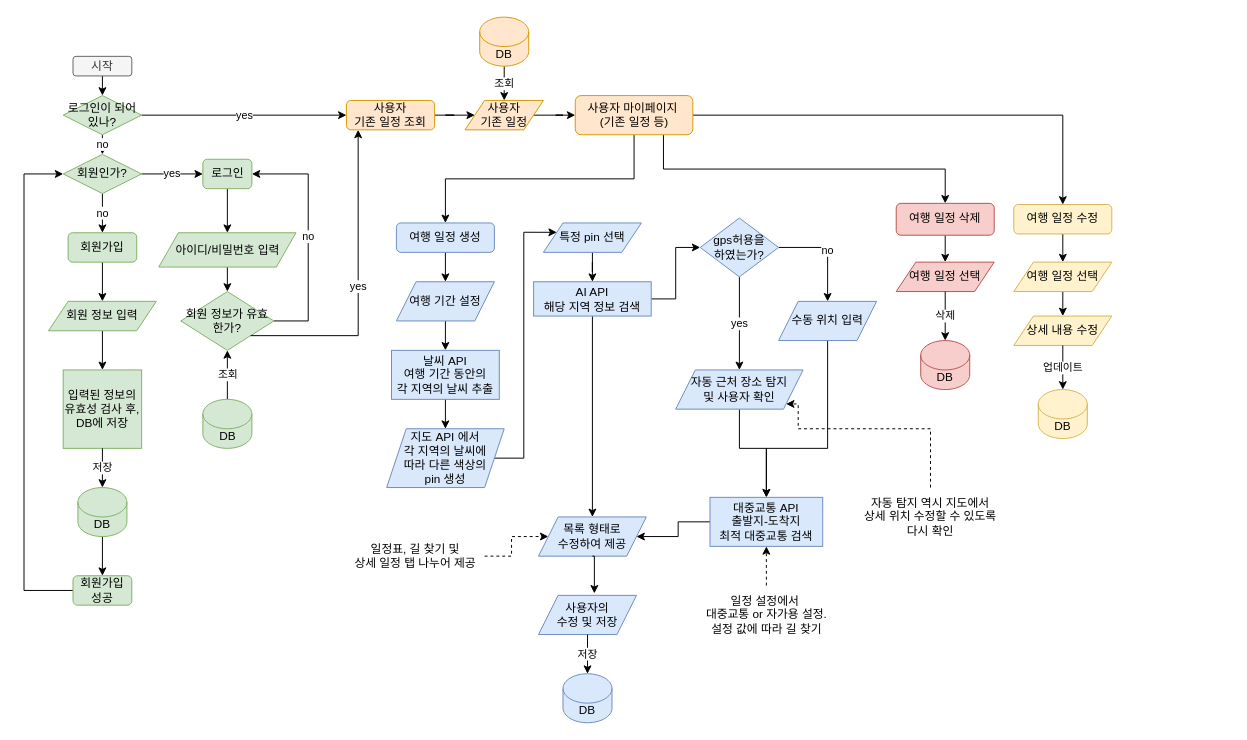
Earlier version of the draw.io diagram trivista/자료/trivista.drawio (Ju-S/TIL_KDT). Source tidied: cells renumbered, new cells numbered last; positions are measured from the earlier drawing's top-left corner, leaving out a move shared by most shapes. Both pictures are drawn from the tidied source at 98%, with x=0, y=0 at pixel (24, 17).
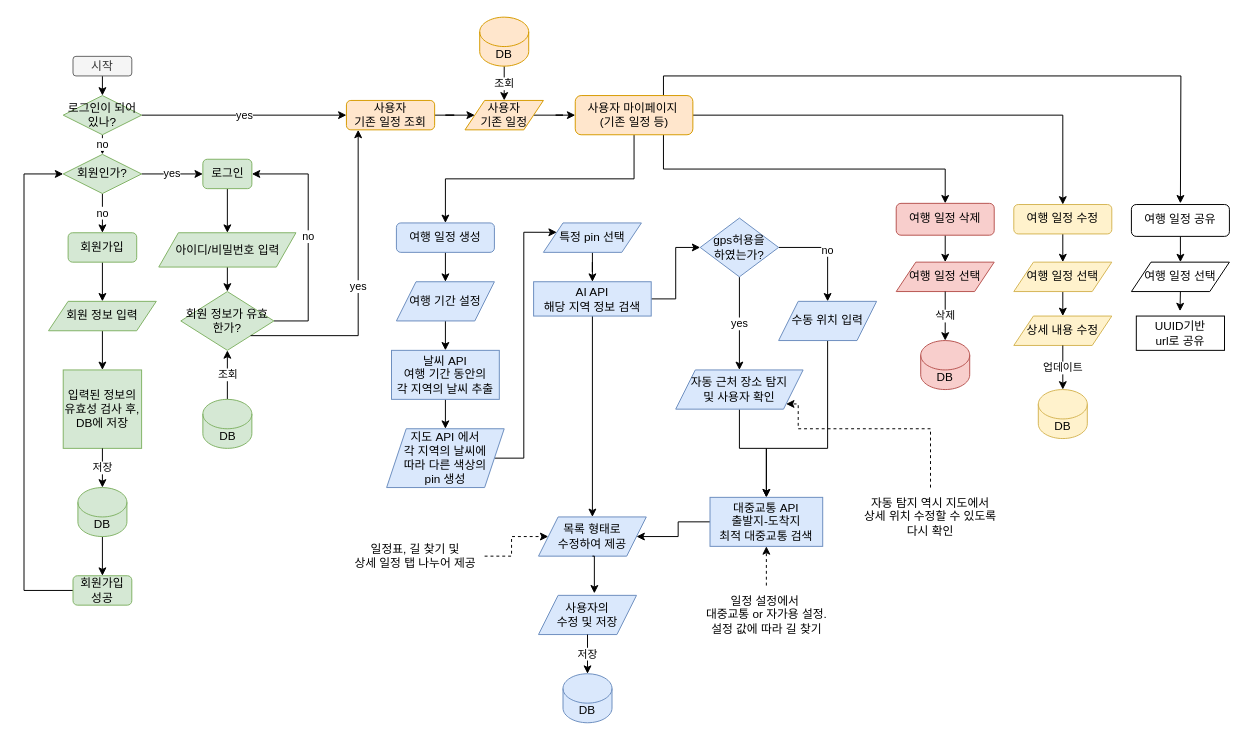
The same diagram, later.

Unchanged cells that the change refers to:
```xml
<mxCell id="37" value="사용자 마이페이지&amp;nbsp;&lt;div&gt;&lt;span style=&quot;background-color: transparent; color: light-dark(rgb(0, 0, 0), rgb(255, 255, 255));&quot;&gt;(기존 일정 등)&lt;/span&gt;&lt;/div&gt;" style="rounded=1;whiteSpace=wrap;html=1;fillColor=#ffe6cc;strokeColor=#d79b00;" parent="1" vertex="1">
  <mxGeometry x="562.5" y="80" width="120" height="40" as="geometry" />
</mxCell>
```

Diff of the diagram source:
```diff
@@
+    <mxCell id="84" style="edgeStyle=orthogonalEdgeStyle;rounded=0;jettySize=auto;html=1;exitX=0.75;exitY=0;exitDx=0;exitDy=0;" parent="1" edge="1" source="37">
+      <mxGeometry relative="1" as="geometry">
+        <mxPoint x="1180" y="190" as="targetPoint" />
+      </mxGeometry>
+    </mxCell>
@@
+    <mxCell id="85" style="edgeStyle=orthogonalEdgeStyle;rounded=0;jettySize=auto;html=1;exitX=0.5;exitY=1;exitDx=0;exitDy=0;entryX=0.5;entryY=0;entryDx=0;entryDy=0;" parent="1" edge="1" source="86" target="88">
+      <mxGeometry relative="1" as="geometry" />
+    </mxCell>
+    <mxCell id="86" value="여행 일정 공유" style="rounded=1;whiteSpace=wrap;html=1;" parent="1" vertex="1">
+      <mxGeometry x="1130" y="191.2" width="100" height="32.5" as="geometry" />
+    </mxCell>
+    <mxCell id="87" style="edgeStyle=orthogonalEdgeStyle;rounded=0;jettySize=auto;html=1;exitX=0.5;exitY=1;exitDx=0;exitDy=0;" parent="1" edge="1" source="88">
+      <mxGeometry relative="1" as="geometry">
+        <mxPoint x="1179.6" y="300" as="targetPoint" />
+      </mxGeometry>
+    </mxCell>
+    <mxCell id="88" value="여행 일정 선택" style="shape=parallelogram;perimeter=parallelogramPerimeter;whiteSpace=wrap;html=1;fixedSize=1;" parent="1" vertex="1">
+      <mxGeometry x="1130" y="250" width="100" height="30" as="geometry" />
+    </mxCell>
+    <mxCell id="89" value="UUID기반&lt;div&gt;url로 공유&lt;/div&gt;" style="rounded=0;whiteSpace=wrap;html=1;" parent="1" vertex="1">
+      <mxGeometry x="1135" y="305" width="90" height="35" as="geometry" />
+    </mxCell>
```
